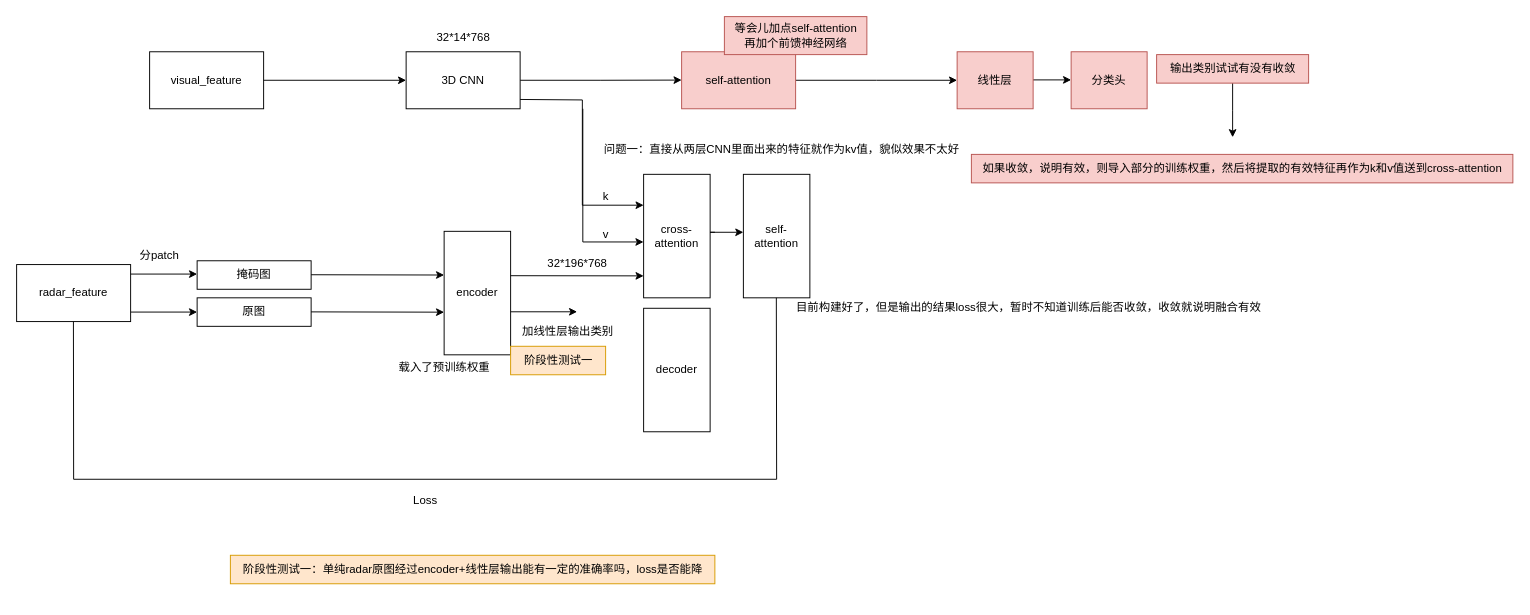
qq1937443459/Drawing-Repository keeps this draw.io diagram as 捋课题代码.drawio. Above is the earlier version. Source tidied: cells renumbered, new cells numbered last; positions are measured from the earlier drawing's top-left corner, leaving out a move shared by most shapes. Both pictures are drawn from the tidied source at 95%, with x=0, y=0 at pixel (16, 16).
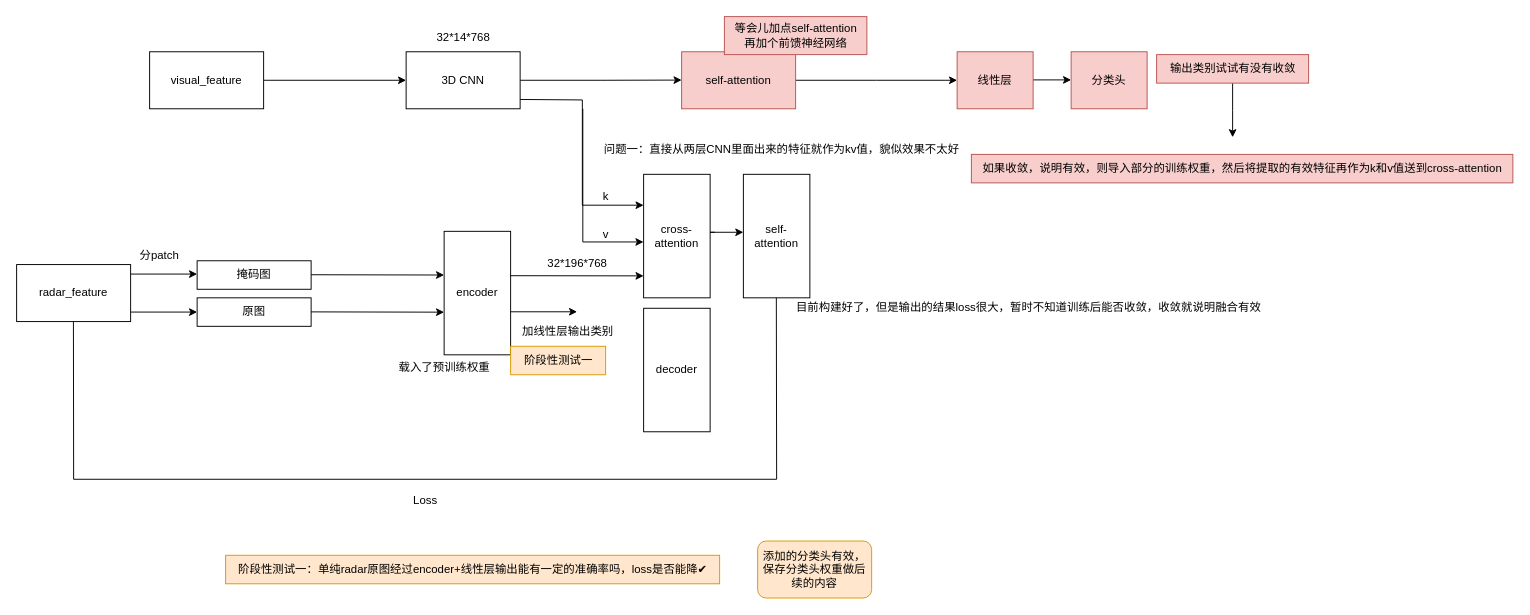
The same diagram, later.

Commit message:
更新捋课题代码.drawio

Diff of the diagram source:
```diff
@@
-    <mxCell id="34" value="阶段性测试一：单纯radar原图经过encoder+线性层输出能有一定的准确率吗，loss是否能降" style="text;html=1;align=center;verticalAlign=middle;strokeColor=#d79b00;fillColor=#ffe6cc;" parent="1" vertex="1">
-      <mxGeometry x="225" y="567" width="510" height="30" as="geometry" />
+    <mxCell id="34" value="阶段性测试一：单纯radar原图经过encoder+线性层输出能有一定的准确率吗，loss是否能降✔" style="text;html=1;align=center;verticalAlign=middle;strokeColor=#d79b00;fillColor=#ffe6cc;" parent="1" vertex="1">
+      <mxGeometry x="220" y="567" width="520" height="30" as="geometry" />
     </mxCell>
@@
+    <mxCell id="46" value="添加的分类头有效，保存分类头权重做后续的内容" style="rounded=1;whiteSpace=wrap;html=1;fillColor=#ffe6cc;strokeColor=#d79b00;" parent="1" vertex="1">
+      <mxGeometry x="780" y="552" width="120" height="60" as="geometry" />
+    </mxCell>
```
